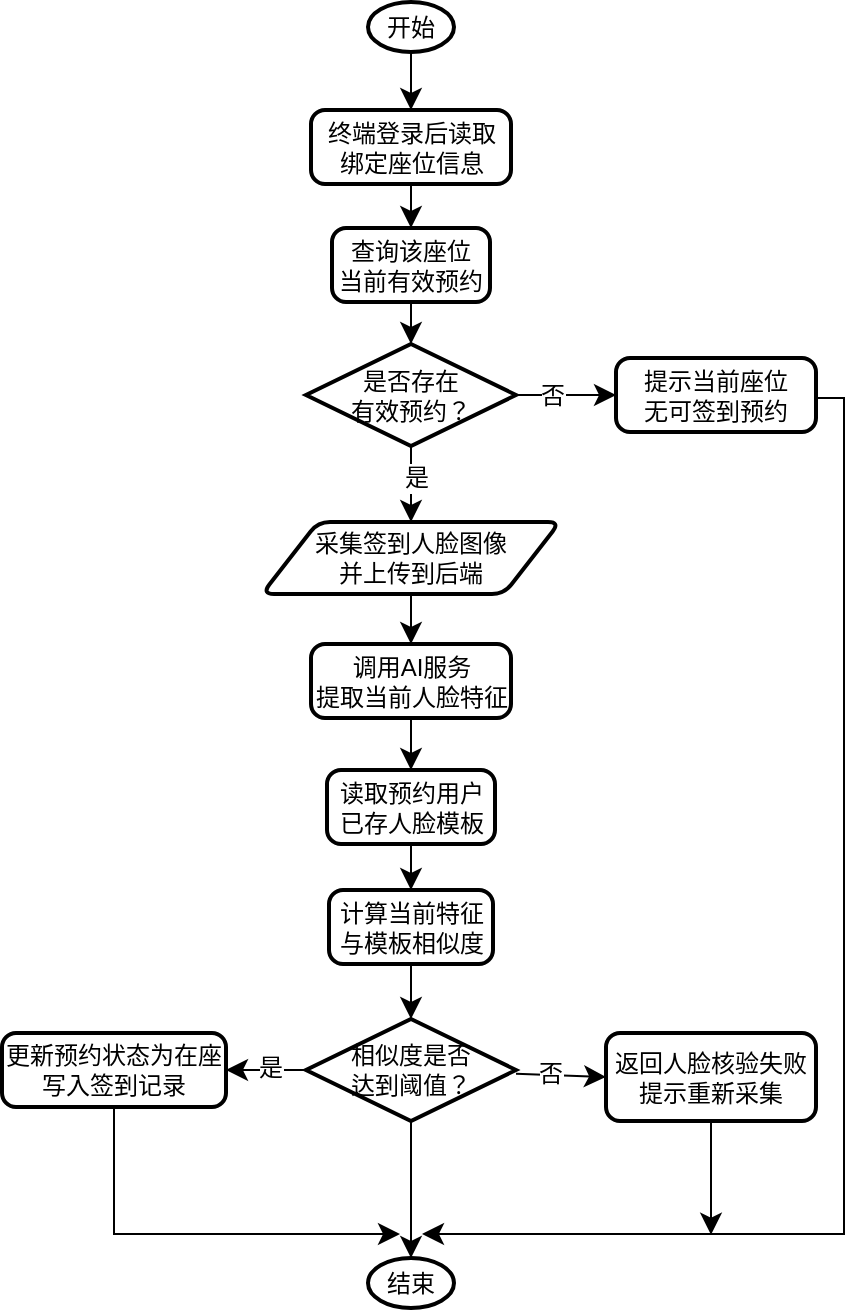
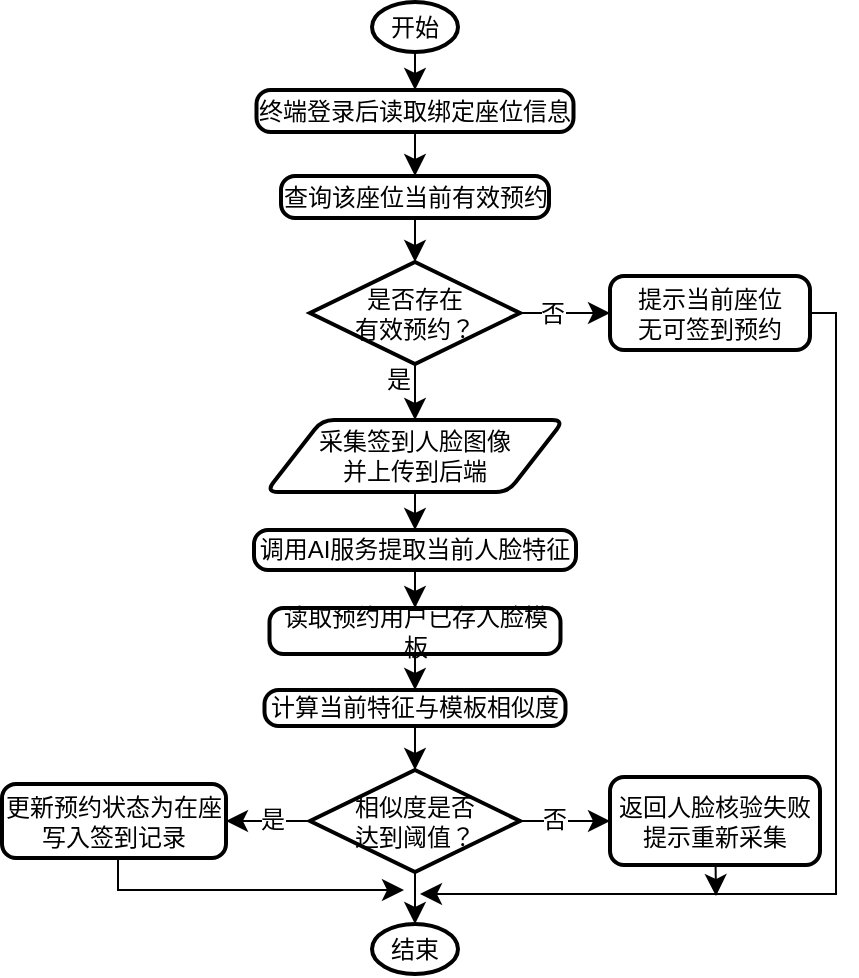
<mxfile host="app.diagrams.net">
  <diagram name="Page-1" id="8lLKHZ3rRKnPcOL9lak8">
-     <mxGraphModel dx="937" dy="1218" grid="0" gridSize="10" guides="1" tooltips="1" connect="1" arrows="1" fold="1" page="0" pageScale="1" pageWidth="827" pageHeight="1169" math="0" shadow="0">
+     <mxGraphModel dx="1264" dy="1065" grid="0" gridSize="10" guides="1" tooltips="1" connect="1" arrows="1" fold="1" page="0" pageScale="1" pageWidth="827" pageHeight="1169" math="0" shadow="0">
      <root>
        <mxCell id="0" />
        <mxCell id="1" parent="0" />
        <mxCell id="MLzEqE3sRS0SU0LMEjgZ-15" edge="1" parent="1" source="MLzEqE3sRS0SU0LMEjgZ-1" style="edgeStyle=none;curved=1;rounded=0;orthogonalLoop=1;jettySize=auto;html=1;entryX=0.5;entryY=0;entryDx=0;entryDy=0;fontSize=12;startSize=8;endSize=8;" target="MLzEqE3sRS0SU0LMEjgZ-2">
          <mxGeometry relative="1" as="geometry" />
        </mxCell>
        <mxCell id="MLzEqE3sRS0SU0LMEjgZ-1" parent="1" style="strokeWidth=2;html=1;shape=mxgraph.flowchart.start_1;whiteSpace=wrap;" value="开始" vertex="1">
          <mxGeometry height="25" width="43" x="147" y="-261" as="geometry" />
        </mxCell>
        <mxCell id="MLzEqE3sRS0SU0LMEjgZ-16" edge="1" parent="1" source="MLzEqE3sRS0SU0LMEjgZ-2" style="edgeStyle=none;curved=1;rounded=0;orthogonalLoop=1;jettySize=auto;html=1;fontSize=12;startSize=8;endSize=8;" target="MLzEqE3sRS0SU0LMEjgZ-3">
          <mxGeometry relative="1" as="geometry" />
        </mxCell>
-         <mxCell id="MLzEqE3sRS0SU0LMEjgZ-2" parent="1" style="rounded=1;whiteSpace=wrap;html=1;absoluteArcSize=1;arcSize=14;strokeWidth=2;" value="终端登录后读取&lt;div&gt;绑定座位信息&lt;/div&gt;" vertex="1">
-           <mxGeometry height="37" width="100" x="118.5" y="-207" as="geometry" />
+         <mxCell id="MLzEqE3sRS0SU0LMEjgZ-2" parent="1" style="rounded=1;whiteSpace=wrap;html=1;absoluteArcSize=1;arcSize=14;strokeWidth=2;" value="终端登录后读取&lt;span style=&quot;background-color: transparent; color: light-dark(rgb(0, 0, 0), rgb(255, 255, 255));&quot;&gt;绑定座位信息&lt;/span&gt;" vertex="1">
+           <mxGeometry height="21" width="158.5" x="89.25" y="-217" as="geometry" />
        </mxCell>
-         <mxCell id="MLzEqE3sRS0SU0LMEjgZ-3" parent="1" style="rounded=1;whiteSpace=wrap;html=1;absoluteArcSize=1;arcSize=14;strokeWidth=2;" value="查询该座位&lt;br&gt;当前有效预约" vertex="1">
-           <mxGeometry height="37" width="79" x="129" y="-148" as="geometry" />
+         <mxCell id="MLzEqE3sRS0SU0LMEjgZ-3" parent="1" style="rounded=1;whiteSpace=wrap;html=1;absoluteArcSize=1;arcSize=14;strokeWidth=2;" value="查询该座位当前有效预约" vertex="1">
+           <mxGeometry height="21" width="134" x="101.5" y="-174" as="geometry" />
        </mxCell>
-         <mxCell id="MLzEqE3sRS0SU0LMEjgZ-34" edge="1" parent="1" style="edgeStyle=orthogonalEdgeStyle;rounded=0;orthogonalLoop=1;jettySize=auto;html=1;fontSize=12;startSize=8;endSize=8;">
+         <mxCell id="MLzEqE3sRS0SU0LMEjgZ-34" edge="1" parent="1" source="MLzEqE3sRS0SU0LMEjgZ-4" style="edgeStyle=orthogonalEdgeStyle;rounded=0;orthogonalLoop=1;jettySize=auto;html=1;fontSize=12;startSize=8;endSize=8;exitX=1;exitY=0.5;exitDx=0;exitDy=0;">
          <mxGeometry relative="1" as="geometry">
            <Array as="points">
-               <mxPoint x="385" y="-63" />
-               <mxPoint x="385" y="355" />
+               <mxPoint x="379" y="-106" />
+               <mxPoint x="379" y="185" />
+               <mxPoint x="174" y="185" />
            </Array>
            <mxPoint x="370" y="-63" as="sourcePoint" />
-             <mxPoint x="174" y="355" as="targetPoint" />
+             <mxPoint x="171" y="185" as="targetPoint" />
          </mxGeometry>
        </mxCell>
        <mxCell id="MLzEqE3sRS0SU0LMEjgZ-4" parent="1" style="rounded=1;whiteSpace=wrap;html=1;absoluteArcSize=1;arcSize=14;strokeWidth=2;" value="提示当前座位&lt;div&gt;无可签到预约&lt;/div&gt;" vertex="1">
-           <mxGeometry height="37" width="100" x="271" y="-83" as="geometry" />
+           <mxGeometry height="37" width="100" x="266" y="-124" as="geometry" />
        </mxCell>
        <mxCell id="MLzEqE3sRS0SU0LMEjgZ-18" edge="1" parent="1" source="MLzEqE3sRS0SU0LMEjgZ-5" style="edgeStyle=none;curved=1;rounded=0;orthogonalLoop=1;jettySize=auto;html=1;entryX=0;entryY=0.5;entryDx=0;entryDy=0;fontSize=12;startSize=8;endSize=8;" target="MLzEqE3sRS0SU0LMEjgZ-4">
          <mxGeometry relative="1" as="geometry" />
        </mxCell>
        <mxCell id="MLzEqE3sRS0SU0LMEjgZ-19" connectable="0" parent="MLzEqE3sRS0SU0LMEjgZ-18" style="edgeLabel;html=1;align=center;verticalAlign=middle;resizable=0;points=[];fontSize=12;" value="否" vertex="1">
          <mxGeometry relative="1" x="-0.2933" y="1" as="geometry">
            <mxPoint y="1" as="offset" />
          </mxGeometry>
        </mxCell>
        <mxCell id="MLzEqE3sRS0SU0LMEjgZ-20" edge="1" parent="1" source="MLzEqE3sRS0SU0LMEjgZ-5" style="edgeStyle=none;curved=1;rounded=0;orthogonalLoop=1;jettySize=auto;html=1;entryX=0.5;entryY=0;entryDx=0;entryDy=0;fontSize=12;startSize=8;endSize=8;" target="MLzEqE3sRS0SU0LMEjgZ-6">
          <mxGeometry relative="1" as="geometry" />
        </mxCell>
        <mxCell id="MLzEqE3sRS0SU0LMEjgZ-21" connectable="0" parent="MLzEqE3sRS0SU0LMEjgZ-20" style="edgeLabel;html=1;align=center;verticalAlign=middle;resizable=0;points=[];fontSize=12;" value="是" vertex="1">
          <mxGeometry relative="1" x="-0.1525" y="2" as="geometry">
-             <mxPoint as="offset" />
+             <mxPoint x="-11" y="-4" as="offset" />
          </mxGeometry>
        </mxCell>
        <mxCell id="MLzEqE3sRS0SU0LMEjgZ-5" parent="1" style="strokeWidth=2;html=1;shape=mxgraph.flowchart.decision;whiteSpace=wrap;" value="是否存在&lt;div&gt;有效预约？&lt;/div&gt;" vertex="1">
-           <mxGeometry height="51" width="105" x="116" y="-90" as="geometry" />
+           <mxGeometry height="51" width="105" x="116" y="-131" as="geometry" />
        </mxCell>
        <mxCell id="MLzEqE3sRS0SU0LMEjgZ-22" edge="1" parent="1" source="MLzEqE3sRS0SU0LMEjgZ-6" style="edgeStyle=none;curved=1;rounded=0;orthogonalLoop=1;jettySize=auto;html=1;entryX=0.5;entryY=0;entryDx=0;entryDy=0;fontSize=12;startSize=8;endSize=8;" target="MLzEqE3sRS0SU0LMEjgZ-7">
          <mxGeometry relative="1" as="geometry" />
        </mxCell>
        <mxCell id="MLzEqE3sRS0SU0LMEjgZ-6" parent="1" style="shape=parallelogram;html=1;strokeWidth=2;perimeter=parallelogramPerimeter;whiteSpace=wrap;rounded=1;arcSize=12;size=0.18791951429123846;" value="采集签到人脸图像&lt;br&gt;并上传到后端" vertex="1">
-           <mxGeometry height="36" width="149" x="94" y="-1" as="geometry" />
+           <mxGeometry height="36" width="149" x="94" y="-52" as="geometry" />
        </mxCell>
        <mxCell id="MLzEqE3sRS0SU0LMEjgZ-23" edge="1" parent="1" source="MLzEqE3sRS0SU0LMEjgZ-7" style="edgeStyle=none;curved=1;rounded=0;orthogonalLoop=1;jettySize=auto;html=1;fontSize=12;startSize=8;endSize=8;" target="MLzEqE3sRS0SU0LMEjgZ-8">
          <mxGeometry relative="1" as="geometry" />
        </mxCell>
-         <mxCell id="MLzEqE3sRS0SU0LMEjgZ-7" parent="1" style="rounded=1;whiteSpace=wrap;html=1;absoluteArcSize=1;arcSize=14;strokeWidth=2;" value="调用AI服务&lt;br&gt;提取当前人脸特征" vertex="1">
-           <mxGeometry height="37" width="100" x="118.5" y="60" as="geometry" />
+         <mxCell id="MLzEqE3sRS0SU0LMEjgZ-7" parent="1" style="rounded=1;whiteSpace=wrap;html=1;absoluteArcSize=1;arcSize=14;strokeWidth=2;" value="调用AI服务提取当前人脸特征" vertex="1">
+           <mxGeometry height="20" width="161" x="88" y="3" as="geometry" />
        </mxCell>
        <mxCell id="MLzEqE3sRS0SU0LMEjgZ-24" edge="1" parent="1" source="MLzEqE3sRS0SU0LMEjgZ-8" style="edgeStyle=none;curved=1;rounded=0;orthogonalLoop=1;jettySize=auto;html=1;entryX=0.5;entryY=0;entryDx=0;entryDy=0;fontSize=12;startSize=8;endSize=8;" target="MLzEqE3sRS0SU0LMEjgZ-9">
          <mxGeometry relative="1" as="geometry" />
        </mxCell>
-         <mxCell id="MLzEqE3sRS0SU0LMEjgZ-8" parent="1" style="rounded=1;whiteSpace=wrap;html=1;absoluteArcSize=1;arcSize=14;strokeWidth=2;" value="读取预约用户&lt;div&gt;已存人脸模板&lt;/div&gt;" vertex="1">
-           <mxGeometry height="37" width="84" x="126.5" y="123" as="geometry" />
+         <mxCell id="MLzEqE3sRS0SU0LMEjgZ-8" parent="1" style="rounded=1;whiteSpace=wrap;html=1;absoluteArcSize=1;arcSize=14;strokeWidth=2;" value="读取预约用户&lt;span style=&quot;background-color: transparent; color: light-dark(rgb(0, 0, 0), rgb(255, 255, 255));&quot;&gt;已存人脸模板&lt;/span&gt;" vertex="1">
+           <mxGeometry height="23" width="145.5" x="95.75" y="42" as="geometry" />
        </mxCell>
        <mxCell id="MLzEqE3sRS0SU0LMEjgZ-25" edge="1" parent="1" source="MLzEqE3sRS0SU0LMEjgZ-9" style="edgeStyle=none;curved=1;rounded=0;orthogonalLoop=1;jettySize=auto;html=1;fontSize=12;startSize=8;endSize=8;" target="MLzEqE3sRS0SU0LMEjgZ-11">
          <mxGeometry relative="1" as="geometry" />
        </mxCell>
-         <mxCell id="MLzEqE3sRS0SU0LMEjgZ-9" parent="1" style="rounded=1;whiteSpace=wrap;html=1;absoluteArcSize=1;arcSize=14;strokeWidth=2;" value="计算当前特征&lt;div&gt;与模板相似度&lt;/div&gt;" vertex="1">
-           <mxGeometry height="37" width="82" x="127.5" y="183" as="geometry" />
+         <mxCell id="MLzEqE3sRS0SU0LMEjgZ-9" parent="1" style="rounded=1;whiteSpace=wrap;html=1;absoluteArcSize=1;arcSize=14;strokeWidth=2;" value="计算当前特征&lt;span style=&quot;background-color: transparent; color: light-dark(rgb(0, 0, 0), rgb(255, 255, 255));&quot;&gt;与模板相似度&lt;/span&gt;" vertex="1">
+           <mxGeometry height="18" width="150.5" x="93.25" y="83" as="geometry" />
        </mxCell>
        <mxCell id="MLzEqE3sRS0SU0LMEjgZ-26" edge="1" parent="1" source="MLzEqE3sRS0SU0LMEjgZ-11" style="edgeStyle=none;curved=1;rounded=0;orthogonalLoop=1;jettySize=auto;html=1;entryX=0;entryY=0.5;entryDx=0;entryDy=0;fontSize=12;startSize=8;endSize=8;" target="MLzEqE3sRS0SU0LMEjgZ-13">
          <mxGeometry relative="1" as="geometry" />
        </mxCell>
        <mxCell id="MLzEqE3sRS0SU0LMEjgZ-27" connectable="0" parent="MLzEqE3sRS0SU0LMEjgZ-26" style="edgeLabel;html=1;align=center;verticalAlign=middle;resizable=0;points=[];fontSize=12;" value="否" vertex="1">
          <mxGeometry relative="1" x="-0.2616" y="1" as="geometry">
            <mxPoint as="offset" />
          </mxGeometry>
        </mxCell>
        <mxCell id="MLzEqE3sRS0SU0LMEjgZ-28" edge="1" parent="1" source="MLzEqE3sRS0SU0LMEjgZ-11" style="edgeStyle=none;curved=1;rounded=0;orthogonalLoop=1;jettySize=auto;html=1;entryX=1;entryY=0.5;entryDx=0;entryDy=0;fontSize=12;startSize=8;endSize=8;" target="MLzEqE3sRS0SU0LMEjgZ-14">
          <mxGeometry relative="1" as="geometry" />
        </mxCell>
        <mxCell id="MLzEqE3sRS0SU0LMEjgZ-29" connectable="0" parent="MLzEqE3sRS0SU0LMEjgZ-28" style="edgeLabel;html=1;align=center;verticalAlign=middle;resizable=0;points=[];fontSize=12;" value="是" vertex="1">
          <mxGeometry relative="1" x="-0.0833" y="-1" as="geometry">
            <mxPoint as="offset" />
          </mxGeometry>
        </mxCell>
        <mxCell id="MLzEqE3sRS0SU0LMEjgZ-11" parent="1" style="strokeWidth=2;html=1;shape=mxgraph.flowchart.decision;whiteSpace=wrap;" value="相似度是否&lt;div&gt;达到阈值？&lt;/div&gt;" vertex="1">
-           <mxGeometry height="51" width="105" x="116" y="247.5" as="geometry" />
+           <mxGeometry height="51" width="105" x="116" y="123" as="geometry" />
        </mxCell>
        <mxCell id="MLzEqE3sRS0SU0LMEjgZ-12" parent="1" style="strokeWidth=2;html=1;shape=mxgraph.flowchart.start_1;whiteSpace=wrap;" value="结束" vertex="1">
-           <mxGeometry height="25" width="43" x="147" y="367" as="geometry" />
+           <mxGeometry height="25" width="43" x="147" y="200" as="geometry" />
        </mxCell>
        <mxCell id="MLzEqE3sRS0SU0LMEjgZ-35" edge="1" parent="1" source="MLzEqE3sRS0SU0LMEjgZ-13" style="edgeStyle=none;curved=1;rounded=0;orthogonalLoop=1;jettySize=auto;html=1;fontSize=12;startSize=8;endSize=8;">
          <mxGeometry relative="1" as="geometry">
-             <mxPoint x="318.5" y="355.3333740234375" as="targetPoint" />
+             <mxPoint x="319" y="186" as="targetPoint" />
          </mxGeometry>
        </mxCell>
        <mxCell id="MLzEqE3sRS0SU0LMEjgZ-13" parent="1" style="rounded=1;whiteSpace=wrap;html=1;absoluteArcSize=1;arcSize=14;strokeWidth=2;" value="返回人脸核验失败&lt;div&gt;提示重新采集&lt;/div&gt;" vertex="1">
-           <mxGeometry height="44" width="105" x="266" y="254.5" as="geometry" />
+           <mxGeometry height="44" width="105" x="266" y="126.5" as="geometry" />
        </mxCell>
        <mxCell id="MLzEqE3sRS0SU0LMEjgZ-14" parent="1" style="rounded=1;whiteSpace=wrap;html=1;absoluteArcSize=1;arcSize=14;strokeWidth=2;" value="更新预约状态为在座&lt;div&gt;写入签到记录&lt;/div&gt;" vertex="1">
-           <mxGeometry height="37" width="112" x="-36" y="254.5" as="geometry" />
+           <mxGeometry height="37" width="112" x="-38" y="130" as="geometry" />
        </mxCell>
        <mxCell id="MLzEqE3sRS0SU0LMEjgZ-17" edge="1" parent="1" source="MLzEqE3sRS0SU0LMEjgZ-3" style="edgeStyle=none;curved=1;rounded=0;orthogonalLoop=1;jettySize=auto;html=1;entryX=0.5;entryY=0;entryDx=0;entryDy=0;entryPerimeter=0;fontSize=12;startSize=8;endSize=8;" target="MLzEqE3sRS0SU0LMEjgZ-5">
          <mxGeometry relative="1" as="geometry" />
        </mxCell>
        <mxCell id="MLzEqE3sRS0SU0LMEjgZ-30" edge="1" parent="1" source="MLzEqE3sRS0SU0LMEjgZ-11" style="edgeStyle=none;curved=1;rounded=0;orthogonalLoop=1;jettySize=auto;html=1;exitX=0.5;exitY=1;exitDx=0;exitDy=0;exitPerimeter=0;entryX=0.5;entryY=0;entryDx=0;entryDy=0;entryPerimeter=0;fontSize=12;startSize=8;endSize=8;" target="MLzEqE3sRS0SU0LMEjgZ-12">
          <mxGeometry relative="1" as="geometry" />
        </mxCell>
        <mxCell id="MLzEqE3sRS0SU0LMEjgZ-31" edge="1" parent="1" source="MLzEqE3sRS0SU0LMEjgZ-14" style="edgeStyle=orthogonalEdgeStyle;rounded=0;orthogonalLoop=1;jettySize=auto;html=1;fontSize=12;startSize=8;endSize=8;exitX=0.5;exitY=1;exitDx=0;exitDy=0;">
          <mxGeometry relative="1" as="geometry">
            <Array as="points">
-               <mxPoint x="20" y="355" />
+               <mxPoint x="20" y="167" />
+               <mxPoint x="20" y="183" />
+               <mxPoint x="163" y="183" />
            </Array>
-             <mxPoint x="163" y="355" as="targetPoint" />
+             <mxPoint x="163" y="183" as="targetPoint" />
          </mxGeometry>
        </mxCell>
      </root>
    </mxGraphModel>
  </diagram>
</mxfile>
